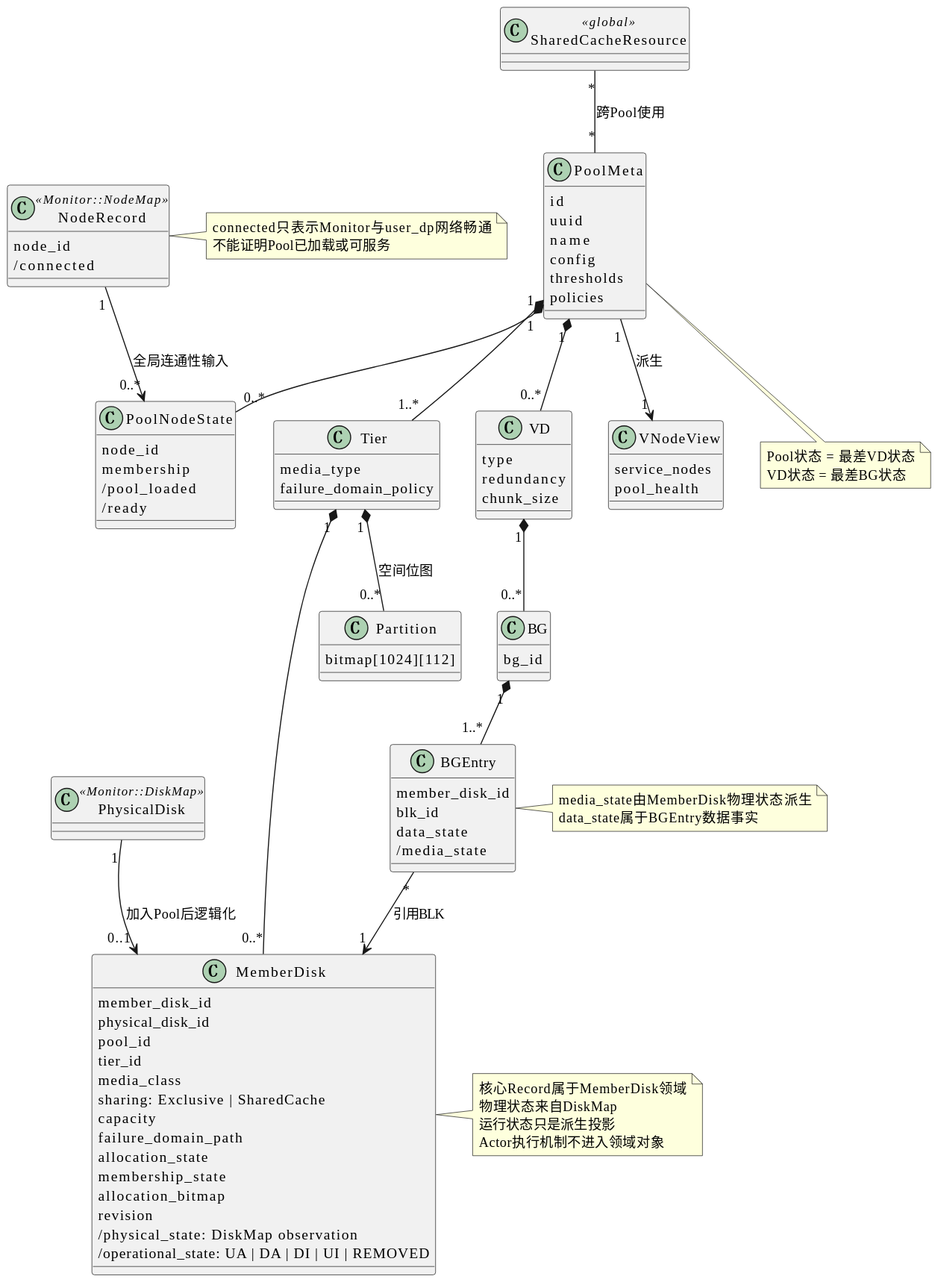
Above: pool-control-plane-baseline/assets/domain-model.svg in limushu/runtime (PlantUML), before the change.
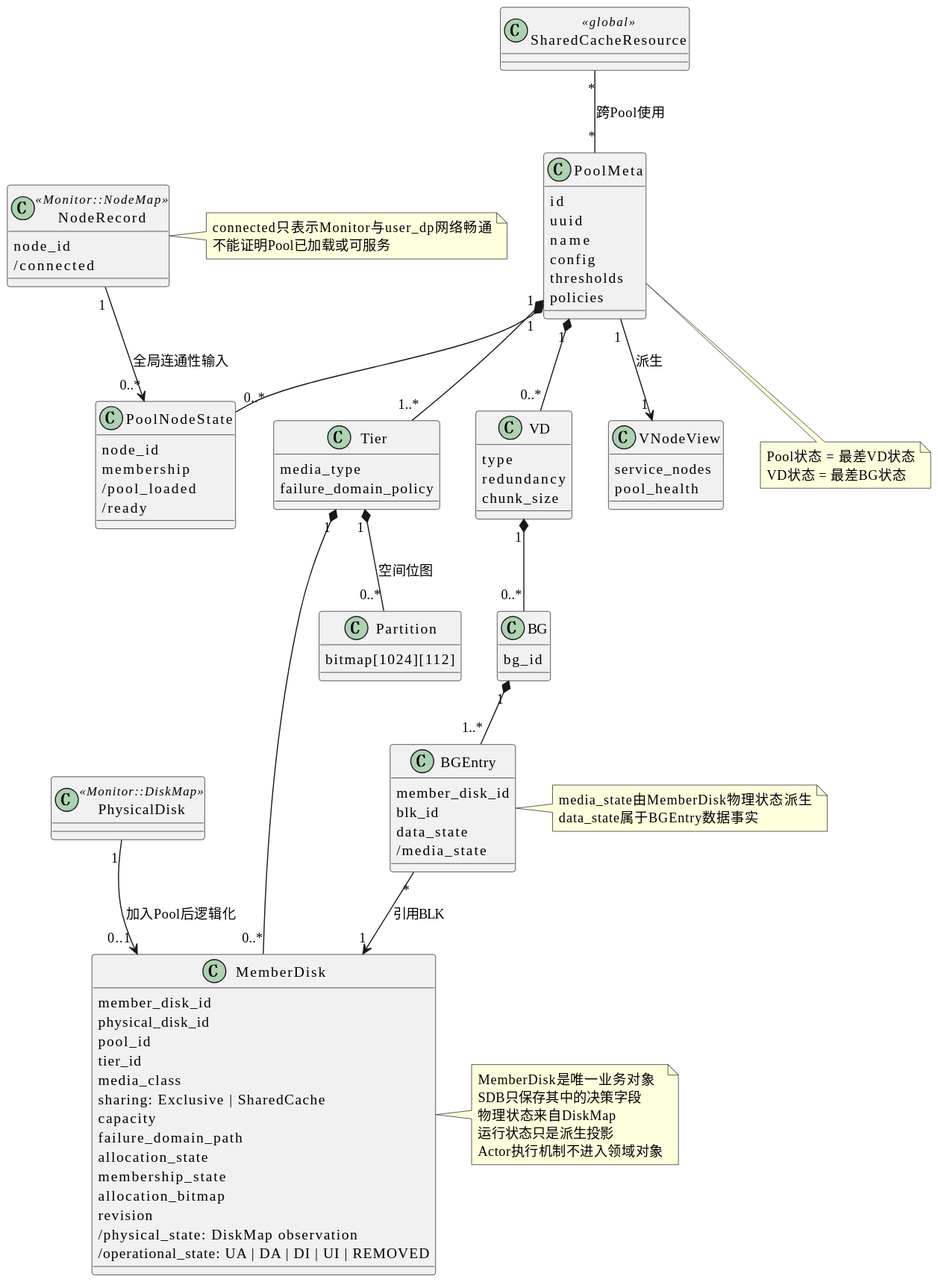
After the change.

What changed in the source:
```diff
@@ -104,7 +104,8 @@
 end note
 
 note right of MemberDisk
-核心Record属于MemberDisk领域
+MemberDisk是唯一业务对象
+SDB只保存其中的决策字段
 物理状态来自DiskMap
 运行状态只是派生投影
 Actor执行机制不进入领域对象
```
